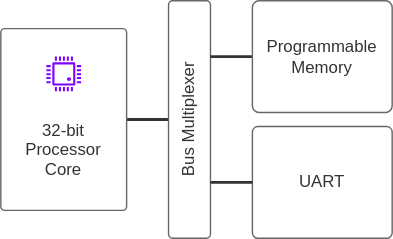
Before: docs/source/images/rvsteel-soc.drawio.svg, a diagram exported from draw.io (riscv-steel/riscv-steel). Source tidied: cells renumbered, new cells last; positions are measured from the earlier drawing's top-left corner, leaving out a move shared by most shapes.
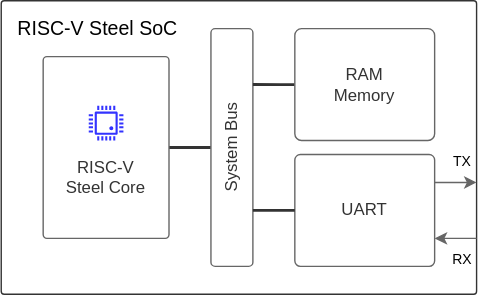
After the change.

Change to the diagram source:
```diff
@@ -2,22 +2,25 @@
   <root>
     <mxCell id="0" />
     <mxCell id="1" parent="0" />
+    <mxCell id="10" style="rounded=1;whiteSpace=wrap;html=1;strokeWidth=1;arcSize=1;fontStyle=0;fontSize=12;fontFamily=Helvetica;fillColor=#FFFFFF;strokeColor=#333333;fontColor=#333333;spacing=2;" parent="1" vertex="1">
+      <mxGeometry x="-30" y="-20" width="340" height="210" as="geometry" />
+    </mxCell>
     <mxCell id="2" style="edgeStyle=orthogonalEdgeStyle;rounded=0;jettySize=auto;html=1;entryX=0;entryY=0.5;entryDx=0;entryDy=0;strokeWidth=2;startArrow=none;startFill=0;endArrow=none;endFill=0;fontFamily=Helvetica;fontStyle=0;strokeColor=#333333;fontSize=12;" parent="1" edge="1" source="3" target="5">
       <mxGeometry relative="1" as="geometry" />
     </mxCell>
-    <mxCell id="3" value="&lt;br style=&quot;font-size: 12px;&quot;&gt;&lt;br style=&quot;font-size: 12px;&quot;&gt;&lt;br style=&quot;font-size: 12px;&quot;&gt;32-bit&lt;br style=&quot;font-size: 12px;&quot;&gt;Processor&lt;br style=&quot;font-size: 12px;&quot;&gt;Core" style="rounded=1;whiteSpace=wrap;html=1;strokeWidth=1;arcSize=3;fontStyle=0;fontSize=12;fontFamily=Helvetica;fillColor=#FFFFFF;strokeColor=#666666;fontColor=#333333;spacing=2;" parent="1" vertex="1">
+    <mxCell id="3" value="&lt;br style=&quot;font-size: 12px;&quot;&gt;&lt;br style=&quot;font-size: 12px;&quot;&gt;&lt;br style=&quot;font-size: 12px;&quot;&gt;RISC-V&lt;br style=&quot;font-size: 12px;&quot;&gt;Steel Core" style="rounded=1;whiteSpace=wrap;html=1;strokeWidth=1;arcSize=3;fontStyle=0;fontSize=12;fontFamily=Helvetica;fillColor=#FFFFFF;strokeColor=#666666;fontColor=#333333;spacing=2;" parent="1" vertex="1">
       <mxGeometry y="20" width="90" height="130" as="geometry" />
     </mxCell>
-    <mxCell id="4" style="shadow=0;dashed=0;html=1;strokeColor=none;fillColor=#7F00FF;labelPosition=center;verticalLabelPosition=bottom;verticalAlign=top;align=center;shape=mxgraph.veeam.cpu;fontFamily=Helvetica;fontStyle=0;fontColor=#4D4D4D;strokeWidth=1;fontSize=12;" parent="1" vertex="1">
-      <mxGeometry x="32.6" y="40" width="24.8" height="24.8" as="geometry" />
+    <mxCell id="4" style="shadow=0;dashed=0;html=1;strokeColor=none;fillColor=#3333FF;labelPosition=center;verticalLabelPosition=bottom;verticalAlign=top;align=center;shape=mxgraph.veeam.cpu;fontFamily=Helvetica;fontStyle=0;fontColor=#4D4D4D;strokeWidth=1;fontSize=12;" parent="1" vertex="1">
+      <mxGeometry x="32.6" y="55.2" width="24.8" height="24.8" as="geometry" />
     </mxCell>
-    <mxCell id="5" value="Bus Multiplexer" style="rounded=1;whiteSpace=wrap;html=1;strokeWidth=1;arcSize=10;fontStyle=0;fontSize=12;fontFamily=Helvetica;horizontal=0;strokeColor=#666666;fillColor=default;fontColor=#333333;" parent="1" vertex="1">
+    <mxCell id="5" value="System Bus" style="rounded=1;whiteSpace=wrap;html=1;strokeWidth=1;arcSize=10;fontStyle=0;fontSize=12;fontFamily=Helvetica;horizontal=0;strokeColor=#666666;fillColor=default;fontColor=#333333;" parent="1" vertex="1">
       <mxGeometry x="120" width="30" height="170" as="geometry" />
     </mxCell>
     <mxCell id="6" style="edgeStyle=orthogonalEdgeStyle;rounded=0;jettySize=auto;html=1;entryX=1;entryY=0.235;entryDx=0;entryDy=0;entryPerimeter=0;endArrow=none;endFill=0;strokeWidth=2;fontFamily=Helvetica;fontStyle=0;strokeColor=#333333;fontSize=12;" parent="1" edge="1" source="7" target="5">
       <mxGeometry relative="1" as="geometry" />
     </mxCell>
-    <mxCell id="7" value="Programmable&lt;br style=&quot;font-size: 12px;&quot;&gt;Memory" style="rounded=1;whiteSpace=wrap;html=1;strokeWidth=1;arcSize=6;fontStyle=0;fontSize=12;fontFamily=Helvetica;strokeColor=#666666;fillColor=default;fontColor=#333333;" parent="1" vertex="1">
+    <mxCell id="7" value="RAM&lt;br&gt;Memory" style="rounded=1;whiteSpace=wrap;html=1;strokeWidth=1;arcSize=6;fontStyle=0;fontSize=12;fontFamily=Helvetica;strokeColor=#666666;fillColor=default;fontColor=#333333;" parent="1" vertex="1">
       <mxGeometry x="180" width="100" height="80" as="geometry" />
     </mxCell>
     <mxCell id="8" value="UART" style="rounded=1;whiteSpace=wrap;html=1;strokeWidth=1;arcSize=5;fontStyle=0;fontSize=12;fontFamily=Helvetica;strokeColor=#666666;fillColor=default;fontColor=#333333;" parent="1" vertex="1">
@@ -28,5 +31,20 @@
         <mxPoint x="150" y="130" as="targetPoint" />
       </mxGeometry>
     </mxCell>
+    <mxCell id="11" value="RISC-V Steel SoC" style="text;html=1;strokeColor=none;fillColor=none;align=left;verticalAlign=middle;whiteSpace=wrap;rounded=0;fontSize=14;fontStyle=0;" parent="1" vertex="1">
+      <mxGeometry x="-20" y="-20" width="130" height="40" as="geometry" />
+    </mxCell>
+    <mxCell id="12" style="endArrow=classic;html=1;rounded=0;exitX=1;exitY=0.25;exitDx=0;exitDy=0;entryX=1;entryY=1;entryDx=0;entryDy=0;fontColor=#333333;strokeColor=#666666;" parent="1" edge="1" source="8" target="14">
+      <mxGeometry relative="1" as="geometry" />
+    </mxCell>
+    <mxCell id="13" style="endArrow=classic;html=1;rounded=0;exitX=1;exitY=0;exitDx=0;exitDy=0;entryX=1;entryY=0.75;entryDx=0;entryDy=0;fontColor=#333333;strokeColor=#666666;" parent="1" edge="1" source="15" target="8">
+      <mxGeometry relative="1" as="geometry" />
+    </mxCell>
+    <mxCell id="14" value="TX" style="text;html=1;strokeColor=none;fillColor=none;align=center;verticalAlign=middle;whiteSpace=wrap;rounded=0;fontSize=10;" parent="1" vertex="1">
+      <mxGeometry x="290" y="80" width="20" height="30" as="geometry" />
+    </mxCell>
+    <mxCell id="15" value="RX" style="text;html=1;strokeColor=none;fillColor=none;align=center;verticalAlign=middle;whiteSpace=wrap;rounded=0;fontSize=10;" parent="1" vertex="1">
+      <mxGeometry x="290" y="150" width="20" height="30" as="geometry" />
+    </mxCell>
   </root>
 </mxGraphModel>
```
